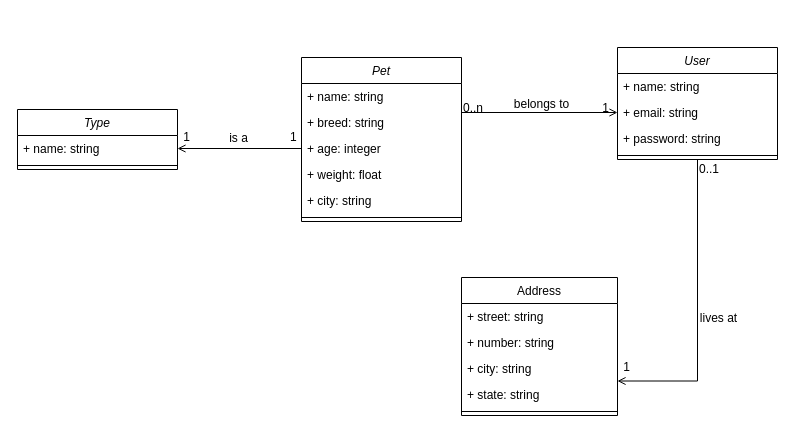
Above: Untitled Diagram.drawio in guimaraes-lucas/pet-finder-api (draw.io), before the change. Source tidied: cells renumbered, new cells numbered last; positions are measured from the earlier drawing's top-left corner, leaving out a move shared by most shapes. Both pictures are drawn from the tidied source at 100%, with x=0, y=0 at pixel (17, 17).
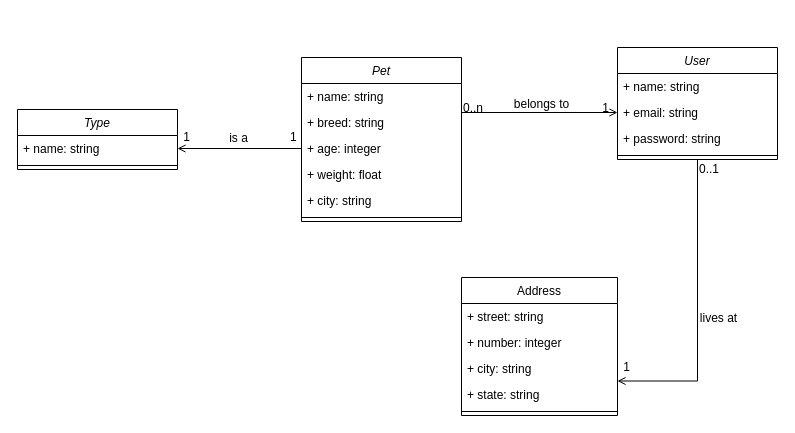
Above is the later version.

The change refers to these unchanged cells:
```xml
<mxCell id="29" value="Address" style="swimlane;fontStyle=0;align=center;verticalAlign=top;horizontal=1;startSize=26;rounded=0;shadow=0;strokeWidth=1;" parent="1" vertex="1">
  <mxGeometry x="444" y="260" width="156" height="138" as="geometry" />
</mxCell>
```

Change to the diagram source:
```diff
@@
-    <mxCell id="31" value="+ number: string" style="text;align=left;verticalAlign=top;spacingLeft=4;spacingRight=4;overflow=hidden;" parent="29" vertex="1">
+    <mxCell id="31" value="+ number: integer" style="text;align=left;verticalAlign=top;spacingLeft=4;spacingRight=4;overflow=hidden;" parent="29" vertex="1">
       <mxGeometry y="52" width="156" height="26" as="geometry" />
     </mxCell>
```
